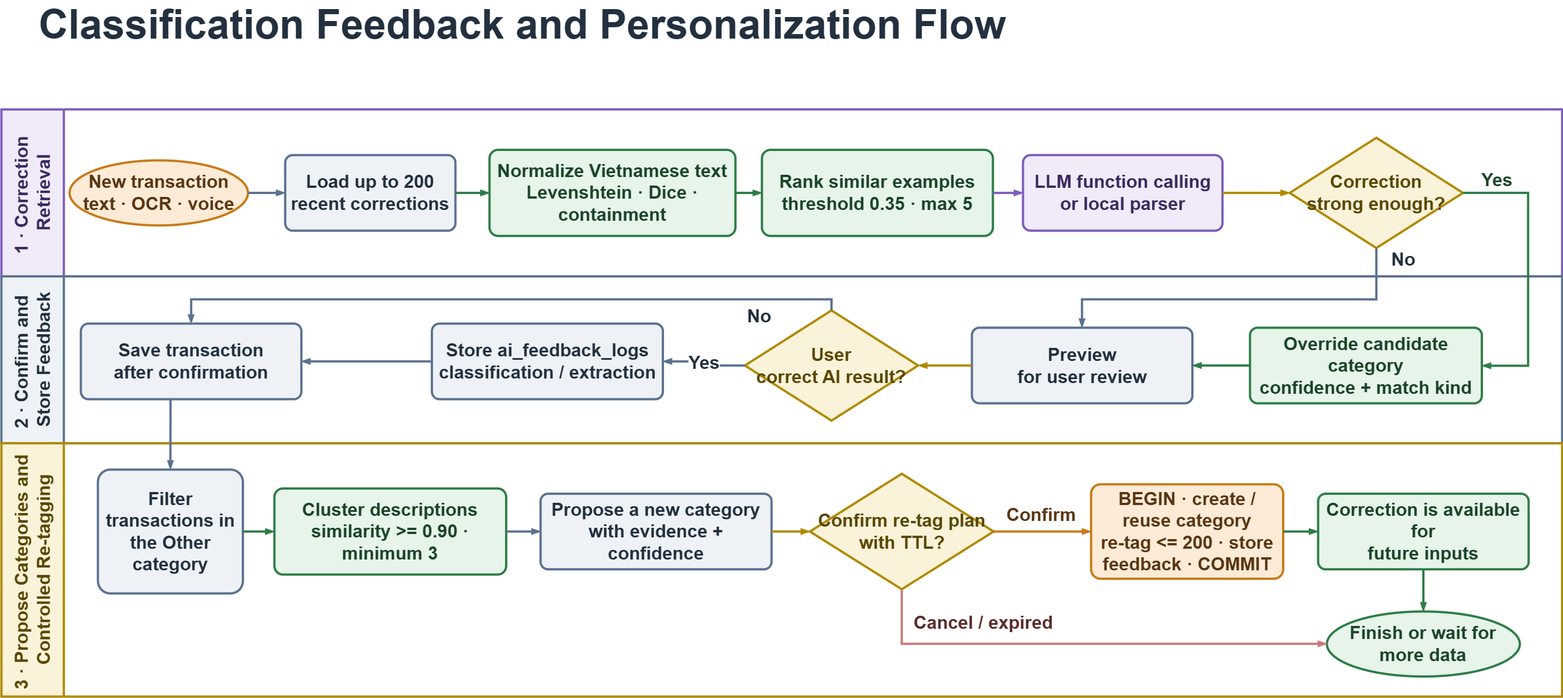
Above: latex/figures/drawio/10-feedback-flow.png in ngthtrong/perfin-nienluan (draw.io), before the change. Source tidied: cells renumbered, new cells last; positions are measured from the earlier drawing's top-left corner, leaving out a move shared by most shapes.
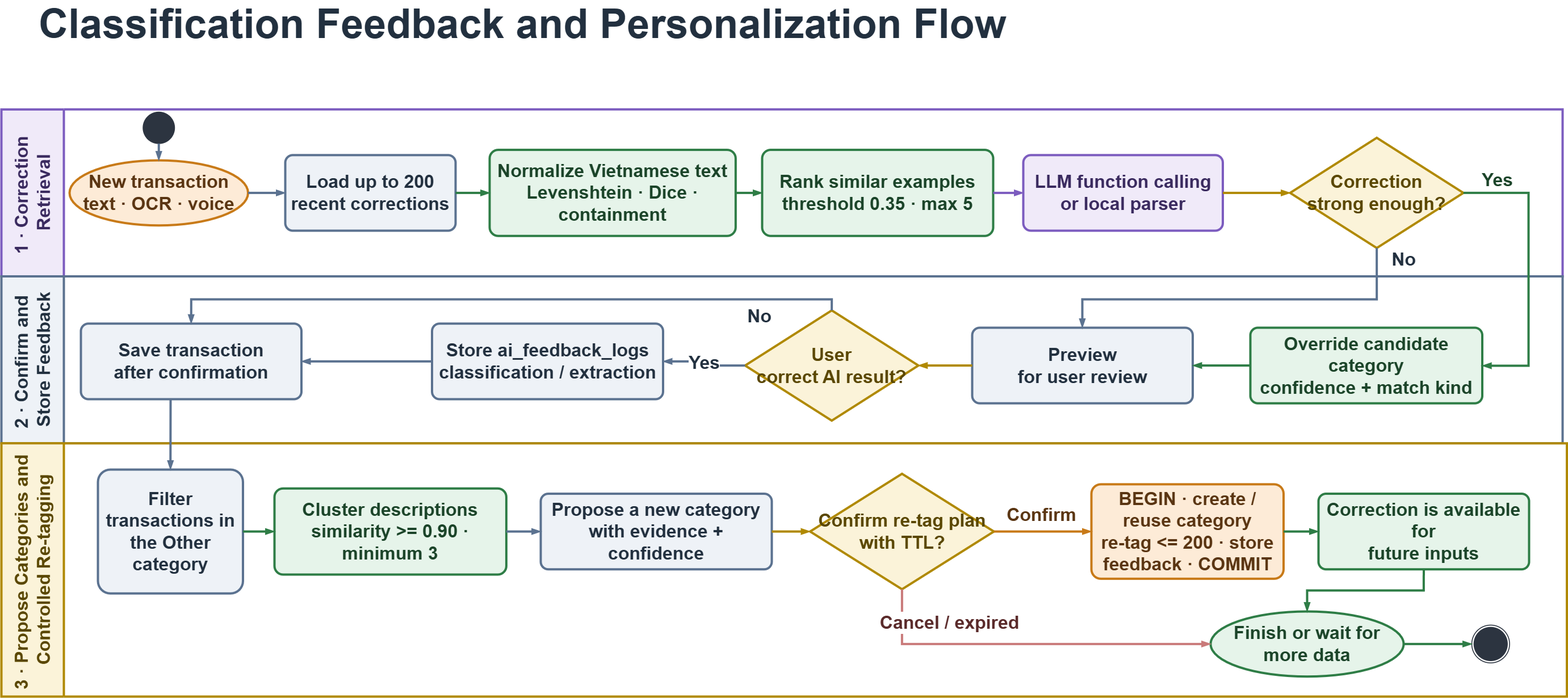
The same file after the commit.

What changed in the source:
```diff
@@ -26,6 +26,12 @@
     <mxCell id="9" value="Correction&#10;strong enough?" style="rhombus;whiteSpace=wrap;html=1;spacing=5;align=center;verticalAlign=middle;fillColor=#FBF3D9;strokeColor=#B08900;fontColor=#5A4700;fontSize=32;strokeWidth=4;fontStyle=1;" parent="3" vertex="1">
       <mxGeometry x="2270" y="50" width="305.2" height="194.2" as="geometry" />
     </mxCell>
+    <mxCell id="44" style="ellipse;html=1;fillColor=#2C3440;strokeColor=#2C3440;strokeWidth=1.4;fontSize=28;" parent="3" vertex="1">
+      <mxGeometry x="249.5" y="4.7" width="55.5" height="55.5" as="geometry" />
+    </mxCell>
+    <mxCell id="45" style="edgeStyle=orthogonalEdgeStyle;rounded=0;curved=0;jettySize=auto;html=1;strokeColor=#5B7290;fontColor=#22303F;fontSize=32;labelBackgroundColor=#FFFFFF;strokeWidth=4;endArrow=blockThin;endFill=1;exitX=0.5;exitY=1;exitDx=0;exitDy=0;entryX=0.5;entryY=0;entryDx=0;entryDy=0;fontStyle=1;" parent="3" edge="1" source="44" target="4">
+      <mxGeometry relative="1" as="geometry" />
+    </mxCell>
     <mxCell id="10" value="2 · Confirm and&amp;nbsp;&lt;div&gt;Store Feedback&lt;/div&gt;" style="swimlane;startSize=110;horizontal=0;html=1;rounded=0;fillColor=#EEF2F7;swimlaneFillColor=#FFFFFF;strokeColor=#5B7290;fontColor=#22303F;fontSize=32;fontStyle=1;strokeWidth=4;" parent="1" vertex="1">
       <mxGeometry y="469.5" width="2750" height="294.1" as="geometry" />
     </mxCell>
@@ -45,7 +51,7 @@
       <mxGeometry x="140" y="83.2" width="388.5" height="133.2" as="geometry" />
     </mxCell>
     <mxCell id="16" value="3 · Propose Categories and&amp;nbsp;&lt;div&gt;Controlled Re-tagging&lt;/div&gt;" style="swimlane;startSize=110;horizontal=0;html=1;rounded=0;fillColor=#FBF3D9;swimlaneFillColor=#FFFFFF;strokeColor=#B08900;fontColor=#5A4700;fontSize=32;fontStyle=1;strokeWidth=4;" parent="1" vertex="1">
-      <mxGeometry y="763.6" width="2750" height="446.4" as="geometry" />
+      <mxGeometry y="763.6" width="2757.6" height="446.4" as="geometry" />
     </mxCell>
     <mxCell id="17" value="Filter transactions in&#10;the Other category" style="rounded=1;arcSize=10;whiteSpace=wrap;html=1;spacing=6;align=center;verticalAlign=middle;fillColor=#EEF2F7;strokeColor=#5B7290;fontColor=#22303F;fontSize=32;strokeWidth=4;fontStyle=1;" parent="16" vertex="1">
       <mxGeometry x="170" y="46.4" width="255.5" height="218.2" as="geometry" />
@@ -66,8 +72,14 @@
       <mxGeometry x="2320" y="88.9" width="371" height="133.2" as="geometry" />
     </mxCell>
     <mxCell id="23" value="Finish or wait for more data" style="ellipse;whiteSpace=wrap;html=1;spacing=5;fillColor=#E6F4EA;strokeColor=#2E7D46;fontColor=#1B4429;fontSize=32;strokeWidth=4;fontStyle=1;" parent="16" vertex="1">
-      <mxGeometry x="2335.5" y="296.4" width="340" height="114.7" as="geometry" />
+      <mxGeometry x="2130" y="296.4" width="340" height="114.7" as="geometry" />
     </mxCell>
+    <mxCell id="46" style="ellipse;shape=endState;html=1;fillColor=#2C3440;strokeColor=#2C3440;strokeWidth=1.6;fontSize=28;" parent="16" vertex="1">
+      <mxGeometry x="2590" y="320.4" width="66.6" height="66.6" as="geometry" />
+    </mxCell>
+    <mxCell id="47" style="edgeStyle=orthogonalEdgeStyle;rounded=0;curved=0;jettySize=auto;html=1;strokeColor=#2E7D46;fontColor=#1B4429;fontSize=32;labelBackgroundColor=#FFFFFF;strokeWidth=4;endArrow=blockThin;endFill=1;exitX=1;exitY=0.5;exitDx=0;exitDy=0;entryX=0;entryY=0.5;entryDx=0;entryDy=0;fontStyle=1;" parent="16" edge="1" source="23" target="46">
+      <mxGeometry relative="1" as="geometry" />
+    </mxCell>
     <mxCell id="24" style="edgeStyle=orthogonalEdgeStyle;rounded=0;curved=0;jettySize=auto;html=1;strokeColor=#5B7290;fontColor=#22303F;fontSize=32;labelBackgroundColor=#FFFFFF;strokeWidth=4;endArrow=blockThin;endFill=1;exitX=1;exitY=0.5;exitDx=0;exitDy=0;entryX=0;entryY=0.5;entryDx=0;entryDy=0;fontStyle=1;" parent="1" edge="1" source="4" target="5">
       <mxGeometry relative="1" as="geometry" />
     </mxCell>
@@ -152,7 +164,6 @@
       <mxGeometry x="-0.43" y="37" relative="1" as="geometry">
         <Array as="points">
           <mxPoint x="1586" y="1117" />
-          <mxPoint x="2336" y="1117" />
         </Array>
       </mxGeometry>
     </mxCell>
```
